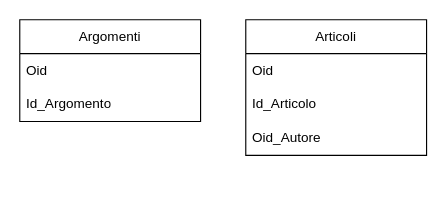
Before: page "Database" (5 of 7) of TimeTable.drawio in martinpoles/FlowChartDump, a draw.io diagram. Source tidied: cells renumbered, new cells numbered last; positions are measured from the earlier drawing's top-left corner, leaving out a move shared by most shapes. Both pictures are drawn from the tidied source at 113%, with x=0, y=0 at pixel (19, 19).
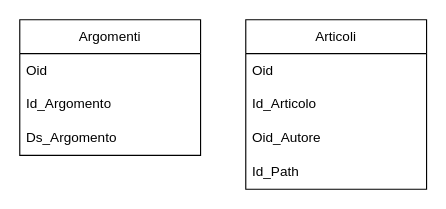
Above is the later version.

What changed in the source:
```diff
@@
 <mxGraphModel>
   <root>
     <mxCell id="0" />
     <mxCell id="1" parent="0" />
     <mxCell id="2" value="Articoli" style="swimlane;fontStyle=0;horizontal=1;startSize=30;whiteSpace=wrap;html=1;" parent="1" vertex="1">
-      <mxGeometry x="200" width="160" height="120" as="geometry" />
+      <mxGeometry x="200" width="160" height="150" as="geometry" />
     </mxCell>
     <mxCell id="3" value="Oid" style="text;strokeColor=none;fillColor=none;align=left;verticalAlign=middle;spacingLeft=4;spacingRight=4;overflow=hidden;whiteSpace=wrap;html=1;" parent="2" vertex="1">
       <mxGeometry y="30" width="160" height="30" as="geometry" />
     </mxCell>
     <mxCell id="4" value="Id_Articolo" style="text;strokeColor=none;fillColor=none;align=left;verticalAlign=middle;spacingLeft=4;spacingRight=4;overflow=hidden;whiteSpace=wrap;html=1;" parent="2" vertex="1">
       <mxGeometry y="60" width="160" height="30" as="geometry" />
     </mxCell>
     <mxCell id="5" value="Oid_Autore" style="text;strokeColor=none;fillColor=none;align=left;verticalAlign=middle;spacingLeft=4;spacingRight=4;overflow=hidden;whiteSpace=wrap;html=1;" parent="2" vertex="1">
       <mxGeometry y="90" width="160" height="30" as="geometry" />
     </mxCell>
+    <mxCell id="9" value="Id_Path" style="text;strokeColor=none;fillColor=none;align=left;verticalAlign=middle;spacingLeft=4;spacingRight=4;overflow=hidden;whiteSpace=wrap;html=1;" parent="2" vertex="1">
+      <mxGeometry y="120" width="160" height="30" as="geometry" />
+    </mxCell>
     <mxCell id="6" value="Argomenti" style="swimlane;fontStyle=0;horizontal=1;startSize=30;whiteSpace=wrap;html=1;" parent="1" vertex="1">
-      <mxGeometry width="160" height="90" as="geometry" />
+      <mxGeometry width="160" height="120" as="geometry" />
     </mxCell>
     <mxCell id="7" value="Oid" style="text;strokeColor=none;fillColor=none;align=left;verticalAlign=middle;spacingLeft=4;spacingRight=4;overflow=hidden;whiteSpace=wrap;html=1;" parent="6" vertex="1">
       <mxGeometry y="30" width="160" height="30" as="geometry" />
     </mxCell>
     <mxCell id="8" value="Id_Argomento" style="text;strokeColor=none;fillColor=none;align=left;verticalAlign=middle;spacingLeft=4;spacingRight=4;overflow=hidden;whiteSpace=wrap;html=1;" parent="6" vertex="1">
       <mxGeometry y="60" width="160" height="30" as="geometry" />
     </mxCell>
+    <mxCell id="10" value="Ds_Argomento" style="text;strokeColor=none;fillColor=none;align=left;verticalAlign=middle;spacingLeft=4;spacingRight=4;overflow=hidden;whiteSpace=wrap;html=1;" parent="6" vertex="1">
+      <mxGeometry y="90" width="160" height="30" as="geometry" />
+    </mxCell>
   </root>
 </mxGraphModel>
```
